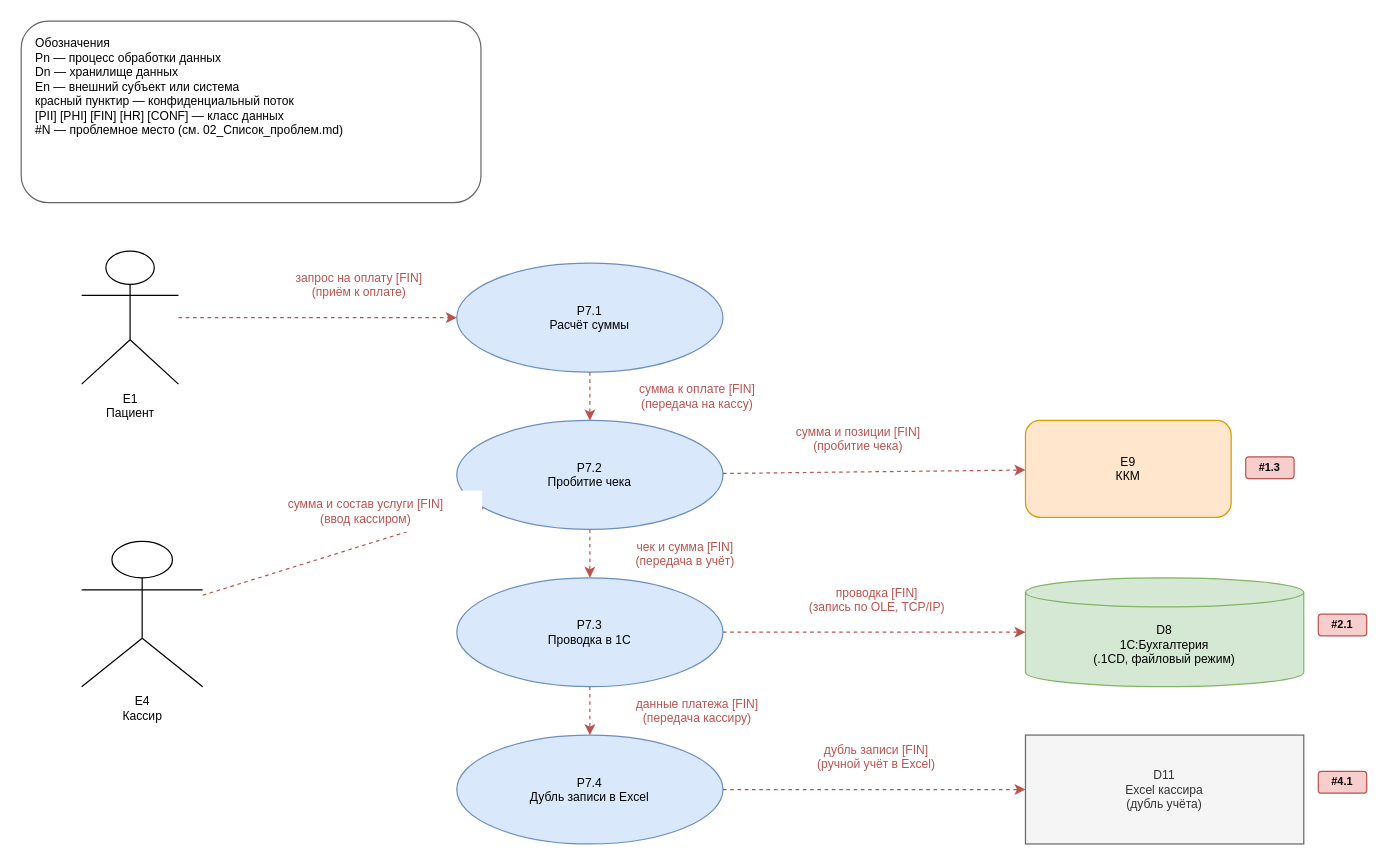
IlyaLivingstone/architecture-medikamente keeps this draw.io diagram as Task1/DFD_AS-IS/DFD_7L2_Оплата (декомпозиция).drawio. Above is the earlier version. Source tidied: cells renumbered, new cells numbered last; positions are measured from the earlier drawing's top-left corner, leaving out a move shared by most shapes. Both pictures are drawn from the tidied source at 121%, with x=0, y=0 at pixel (21, 21).
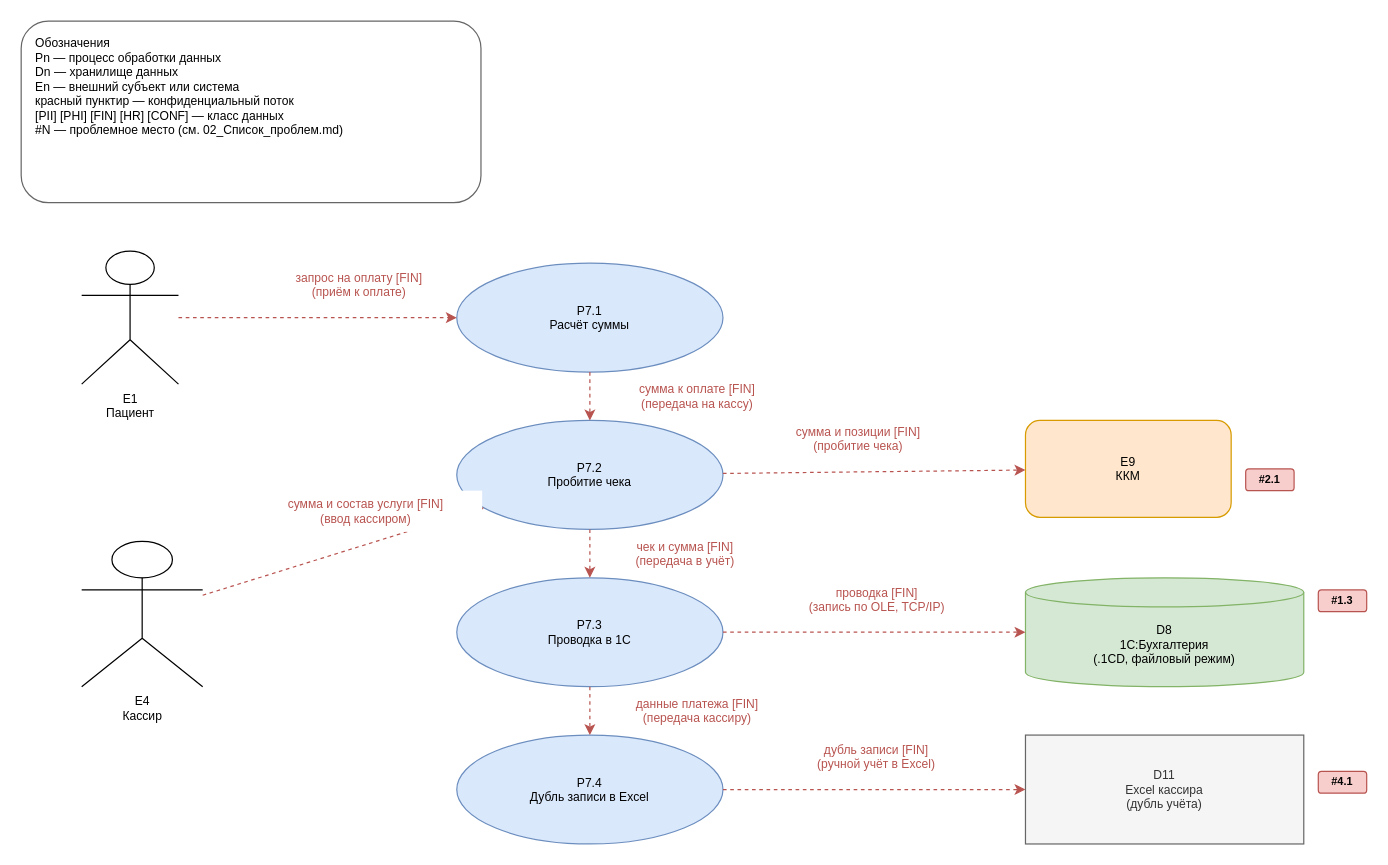
Above is the later version.

The edit, as a diff of the source:
```diff
@@
-    <mxCell id="27" value="#2.1" style="rounded=1;whiteSpace=wrap;html=1;fontSize=9;fontStyle=1;fillColor=#f8cecc;strokeColor=#b85450;" parent="1" vertex="1">
-      <mxGeometry x="1072" y="490" width="40" height="18" as="geometry" />
+    <mxCell id="27" value="#1.3" style="rounded=1;whiteSpace=wrap;html=1;fontSize=9;fontStyle=1;fillColor=#f8cecc;strokeColor=#b85450;" parent="1" vertex="1">
+      <mxGeometry x="1072" y="470" width="40" height="18" as="geometry" />
     </mxCell>
@@
-    <mxCell id="29" value="#1.3" style="rounded=1;whiteSpace=wrap;html=1;fontSize=9;fontStyle=1;fillColor=#f8cecc;strokeColor=#b85450;" parent="1" vertex="1">
-      <mxGeometry x="1012" y="360" width="40" height="18" as="geometry" />
+    <mxCell id="29" value="#2.1" style="rounded=1;whiteSpace=wrap;html=1;fontSize=9;fontStyle=1;fillColor=#f8cecc;strokeColor=#b85450;" parent="1" vertex="1">
+      <mxGeometry x="1012" y="370" width="40" height="18" as="geometry" />
     </mxCell>
```
